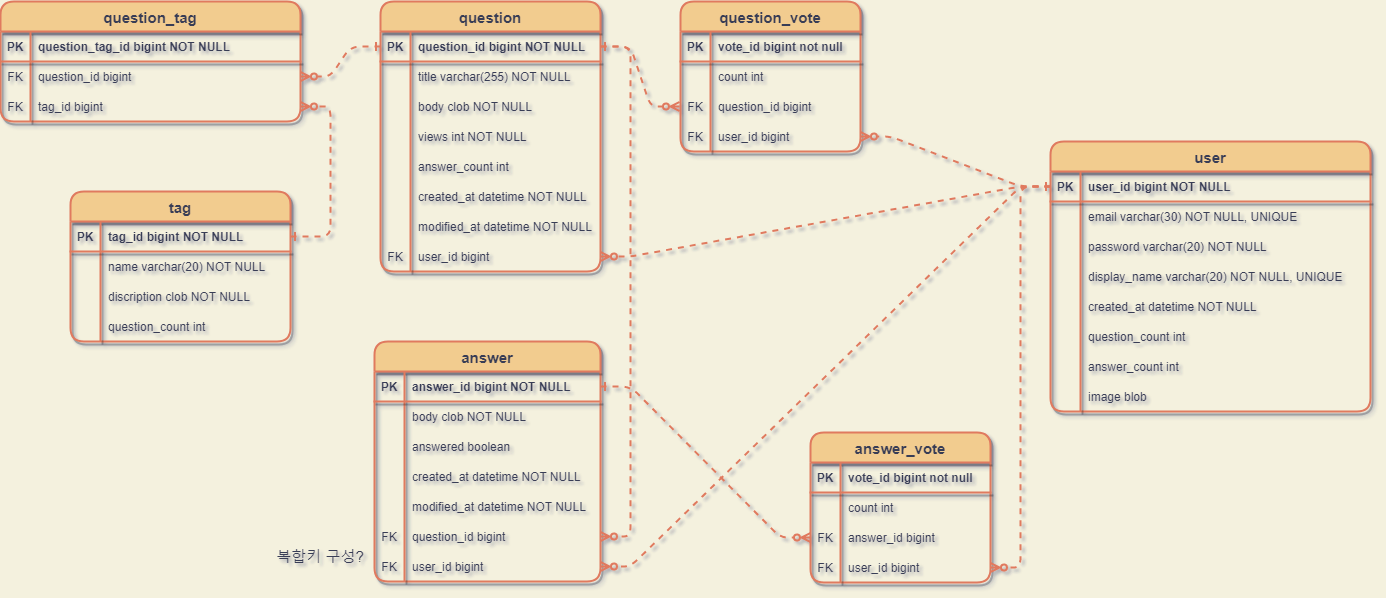
Above: server/StackOverflow_ERD.png in codestates-seb/seb40_pre_003 (draw.io), before the change. Source tidied: cells renumbered, new cells last; positions are measured from the earlier drawing's top-left corner, leaving out a move shared by most shapes.
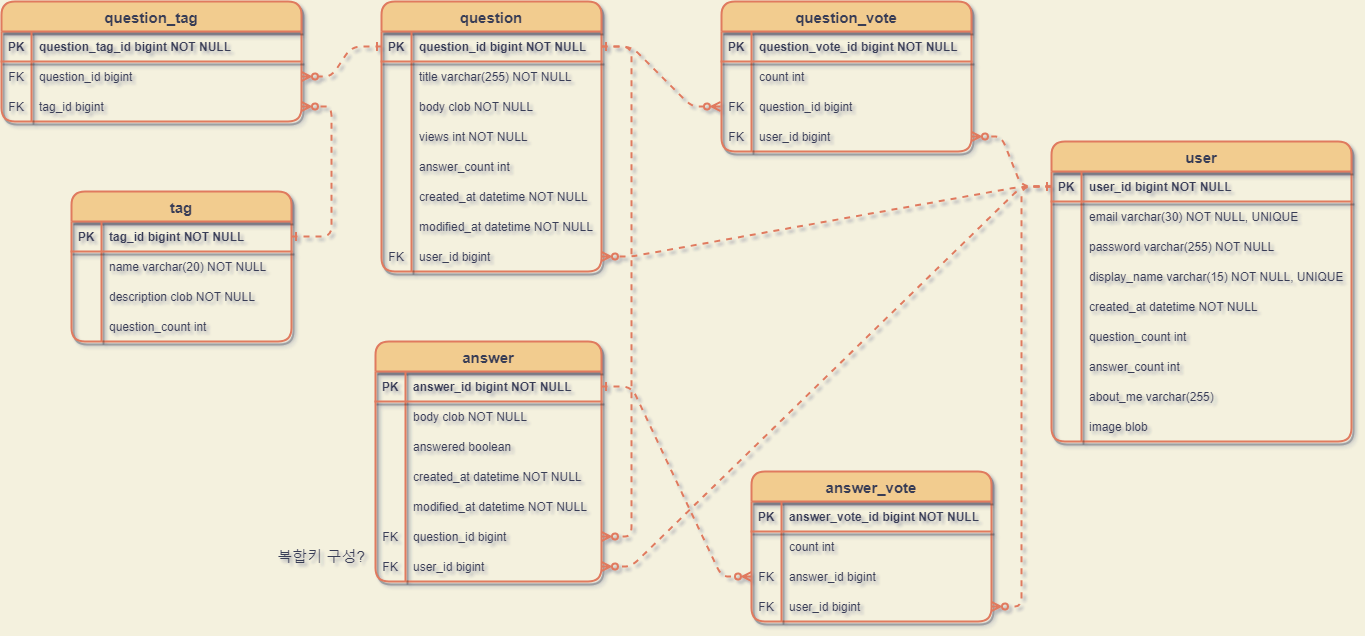
Later version of the same file.

Commit message:
docs: ERD v1.1 오타 수정, about_me 컬럼 추가, password 길이 수정

The edit, as a diff of the source:
```diff
@@ -80,6 +80,6 @@
     <mxCell id="27" value="question_vote" style="shape=table;startSize=30;rowLines=0;fontStyle=1;align=center;fillColor=#F2CC8F;strokeColor=#E07A5F;strokeWidth=2;swimlaneFillColor=none;fontColor=#393C56;rounded=1;shadow=1;fontSize=15;labelBackgroundColor=none;labelBorderColor=none;" parent="1" vertex="1">
-      <mxGeometry x="680" width="180" height="150" as="geometry" />
+      <mxGeometry x="720" width="250" height="150" as="geometry" />
     </mxCell>
     <mxCell id="28" style="shape=tableRow;horizontal=0;startSize=0;swimlaneHead=0;swimlaneBody=0;fillColor=none;top=0;left=0;right=0;bottom=1;strokeColor=#E07A5F;strokeWidth=2;swimlaneFillColor=none;fontStyle=0;fontColor=#393C56;rounded=1;shadow=1;" parent="27" vertex="1">
-      <mxGeometry y="30" width="180" height="30" as="geometry" />
+      <mxGeometry y="30" width="250" height="30" as="geometry" />
     </mxCell>
@@ -88,7 +88,7 @@
     </mxCell>
-    <mxCell id="30" value="vote_id bigint not null" style="shape=partialRectangle;fillColor=none;top=0;left=0;bottom=0;right=0;align=left;spacingLeft=6;fontStyle=1;overflow=hidden;strokeColor=#E07A5F;strokeWidth=2;swimlaneFillColor=none;fontColor=#393C56;rounded=1;shadow=1;" parent="28" vertex="1">
-      <mxGeometry x="30" width="150" height="30" as="geometry" />
+    <mxCell id="30" value="question_vote_id bigint NOT NULL" style="shape=partialRectangle;fillColor=none;top=0;left=0;bottom=0;right=0;align=left;spacingLeft=6;fontStyle=1;overflow=hidden;strokeColor=#E07A5F;strokeWidth=2;swimlaneFillColor=none;fontColor=#393C56;rounded=1;shadow=1;" parent="28" vertex="1">
+      <mxGeometry x="30" width="220" height="30" as="geometry" />
     </mxCell>
     <mxCell id="31" style="shape=tableRow;horizontal=0;startSize=0;swimlaneHead=0;swimlaneBody=0;fillColor=none;top=0;left=0;right=0;bottom=0;strokeColor=#E07A5F;strokeWidth=2;swimlaneFillColor=none;fontStyle=0;fontColor=#393C56;rounded=1;shadow=1;" parent="27" vertex="1">
-      <mxGeometry y="60" width="180" height="30" as="geometry" />
+      <mxGeometry y="60" width="250" height="30" as="geometry" />
     </mxCell>
@@ -98,6 +98,6 @@
     <mxCell id="33" value="count int" style="shape=partialRectangle;fillColor=none;top=0;left=0;bottom=0;right=0;align=left;spacingLeft=6;overflow=hidden;strokeColor=#E07A5F;strokeWidth=2;swimlaneFillColor=none;fontStyle=0;fontColor=#393C56;rounded=1;shadow=1;" parent="31" vertex="1">
-      <mxGeometry x="30" width="150" height="30" as="geometry" />
+      <mxGeometry x="30" width="220" height="30" as="geometry" />
     </mxCell>
     <mxCell id="34" style="shape=tableRow;horizontal=0;startSize=0;swimlaneHead=0;swimlaneBody=0;fillColor=none;points=[[0,0.5],[1,0.5]];portConstraint=eastwest;top=0;left=0;right=0;bottom=0;strokeColor=#E07A5F;strokeWidth=2;swimlaneFillColor=none;fontStyle=0;fontColor=#393C56;rounded=1;shadow=1;" parent="27" vertex="1">
-      <mxGeometry y="90" width="180" height="30" as="geometry" />
+      <mxGeometry y="90" width="250" height="30" as="geometry" />
     </mxCell>
@@ -107,6 +107,6 @@
     <mxCell id="36" value="question_id bigint" style="shape=partialRectangle;fillColor=none;top=0;left=0;bottom=0;right=0;align=left;spacingLeft=6;overflow=hidden;strokeColor=#E07A5F;strokeWidth=2;swimlaneFillColor=none;fontStyle=0;fontColor=#393C56;rounded=1;shadow=1;" parent="34" vertex="1">
-      <mxGeometry x="30" width="150" height="30" as="geometry" />
+      <mxGeometry x="30" width="220" height="30" as="geometry" />
     </mxCell>
     <mxCell id="37" style="shape=tableRow;horizontal=0;startSize=0;swimlaneHead=0;swimlaneBody=0;fillColor=none;points=[[0,0.5],[1,0.5]];portConstraint=eastwest;top=0;left=0;right=0;bottom=0;strokeColor=#E07A5F;strokeWidth=2;swimlaneFillColor=none;fontStyle=0;fontColor=#393C56;rounded=1;shadow=1;" parent="27" vertex="1">
-      <mxGeometry y="120" width="180" height="30" as="geometry" />
+      <mxGeometry y="120" width="250" height="30" as="geometry" />
     </mxCell>
@@ -116,3 +116,3 @@
     <mxCell id="39" value="user_id bigint" style="shape=partialRectangle;fillColor=none;top=0;left=0;bottom=0;right=0;align=left;spacingLeft=6;overflow=hidden;strokeColor=#E07A5F;strokeWidth=2;swimlaneFillColor=none;fontStyle=0;fontColor=#393C56;rounded=1;shadow=1;" parent="37" vertex="1">
-      <mxGeometry x="30" width="150" height="30" as="geometry" />
+      <mxGeometry x="30" width="220" height="30" as="geometry" />
     </mxCell>
@@ -185,6 +185,6 @@
     <mxCell id="62" value="user" style="shape=table;startSize=30;rowLines=0;fontStyle=1;align=center;strokeWidth=2;swimlaneFillColor=none;rounded=1;shadow=1;perimeterSpacing=0;swimlaneLine=1;fillColor=#F2CC8F;strokeColor=#E07A5F;fontColor=#393C56;fontSize=15;labelBackgroundColor=none;labelBorderColor=none;horizontal=1;verticalAlign=middle;" parent="1" vertex="1">
-      <mxGeometry x="1050" y="140" width="320" height="270" as="geometry" />
+      <mxGeometry x="1050" y="140" width="300" height="300" as="geometry" />
     </mxCell>
     <mxCell id="63" style="shape=tableRow;horizontal=0;startSize=0;swimlaneHead=0;swimlaneBody=0;fillColor=none;points=[[0,0.5],[1,0.5]];portConstraint=eastwest;top=0;left=0;right=0;bottom=1;strokeColor=#E07A5F;strokeWidth=2;swimlaneFillColor=none;fontStyle=0;fontColor=#393C56;rounded=1;shadow=1;" parent="62" vertex="1">
-      <mxGeometry y="30" width="320" height="30" as="geometry" />
+      <mxGeometry y="30" width="300" height="30" as="geometry" />
     </mxCell>
@@ -194,6 +194,6 @@
     <mxCell id="65" value="user_id bigint NOT NULL" style="shape=partialRectangle;fillColor=none;top=0;left=0;bottom=0;right=0;align=left;spacingLeft=6;fontStyle=1;overflow=hidden;strokeColor=none;strokeWidth=2;swimlaneFillColor=none;fontColor=#393C56;rounded=1;shadow=1;" parent="63" vertex="1">
-      <mxGeometry x="30" width="290" height="30" as="geometry" />
+      <mxGeometry x="30" width="270" height="30" as="geometry" />
     </mxCell>
     <mxCell id="66" style="shape=tableRow;horizontal=0;startSize=0;swimlaneHead=0;swimlaneBody=0;fillColor=none;top=0;left=0;right=0;bottom=0;strokeColor=#E07A5F;strokeWidth=2;swimlaneFillColor=none;fontStyle=0;fontColor=#393C56;rounded=1;shadow=1;" parent="62" vertex="1">
-      <mxGeometry y="60" width="320" height="30" as="geometry" />
+      <mxGeometry y="60" width="300" height="30" as="geometry" />
     </mxCell>
@@ -203,6 +203,6 @@
     <mxCell id="68" value="email varchar(30) NOT NULL, UNIQUE" style="shape=partialRectangle;fillColor=none;top=0;left=0;bottom=0;right=0;align=left;spacingLeft=6;overflow=hidden;strokeColor=none;strokeWidth=2;swimlaneFillColor=none;fontStyle=0;fontColor=#393C56;rounded=1;shadow=1;" parent="66" vertex="1">
-      <mxGeometry x="30" width="290" height="30" as="geometry" />
+      <mxGeometry x="30" width="270" height="30" as="geometry" />
     </mxCell>
     <mxCell id="69" style="shape=tableRow;horizontal=0;startSize=0;swimlaneHead=0;swimlaneBody=0;fillColor=none;top=0;left=0;right=0;bottom=0;strokeColor=#E07A5F;strokeWidth=2;swimlaneFillColor=none;fontStyle=0;fontColor=#393C56;rounded=1;shadow=1;" parent="62" vertex="1">
-      <mxGeometry y="90" width="320" height="30" as="geometry" />
+      <mxGeometry y="90" width="300" height="30" as="geometry" />
     </mxCell>
@@ -211,7 +211,7 @@
     </mxCell>
-    <mxCell id="71" value="password varchar(20) NOT NULL" style="shape=partialRectangle;fillColor=none;top=0;left=0;bottom=0;right=0;align=left;spacingLeft=6;overflow=hidden;strokeColor=#E07A5F;strokeWidth=2;swimlaneFillColor=none;fontStyle=0;fontColor=#393C56;rounded=1;shadow=1;" parent="69" vertex="1">
-      <mxGeometry x="30" width="290" height="30" as="geometry" />
+    <mxCell id="71" value="password varchar(255) NOT NULL" style="shape=partialRectangle;fillColor=none;top=0;left=0;bottom=0;right=0;align=left;spacingLeft=6;overflow=hidden;strokeColor=#E07A5F;strokeWidth=2;swimlaneFillColor=none;fontStyle=0;fontColor=#393C56;rounded=1;shadow=1;" parent="69" vertex="1">
+      <mxGeometry x="30" width="270" height="30" as="geometry" />
     </mxCell>
     <mxCell id="72" style="shape=tableRow;horizontal=0;startSize=0;swimlaneHead=0;swimlaneBody=0;fillColor=none;top=0;left=0;right=0;bottom=0;strokeColor=#E07A5F;strokeWidth=2;swimlaneFillColor=none;fontStyle=0;fontColor=#393C56;rounded=1;shadow=1;" parent="62" vertex="1">
-      <mxGeometry y="120" width="320" height="30" as="geometry" />
+      <mxGeometry y="120" width="300" height="30" as="geometry" />
     </mxCell>
@@ -220,7 +220,7 @@
     </mxCell>
-    <mxCell id="74" value="display_name varchar(20) NOT NULL, UNIQUE" style="shape=partialRectangle;fillColor=none;top=0;left=0;bottom=0;right=0;align=left;spacingLeft=6;overflow=hidden;strokeColor=#E07A5F;strokeWidth=2;swimlaneFillColor=none;fontStyle=0;fontColor=#393C56;rounded=1;shadow=1;" parent="72" vertex="1">
-      <mxGeometry x="30" width="290" height="30" as="geometry" />
+    <mxCell id="74" value="display_name varchar(15) NOT NULL, UNIQUE" style="shape=partialRectangle;fillColor=none;top=0;left=0;bottom=0;right=0;align=left;spacingLeft=6;overflow=hidden;strokeColor=#E07A5F;strokeWidth=2;swimlaneFillColor=none;fontStyle=0;fontColor=#393C56;rounded=1;shadow=1;" parent="72" vertex="1">
+      <mxGeometry x="30" width="270" height="30" as="geometry" />
     </mxCell>
     <mxCell id="75" style="shape=tableRow;horizontal=0;startSize=0;swimlaneHead=0;swimlaneBody=0;fillColor=none;top=0;left=0;right=0;bottom=0;strokeColor=#E07A5F;strokeWidth=2;swimlaneFillColor=none;fontStyle=0;fontColor=#393C56;rounded=1;shadow=1;" parent="62" vertex="1">
-      <mxGeometry y="150" width="320" height="30" as="geometry" />
+      <mxGeometry y="150" width="300" height="30" as="geometry" />
     </mxCell>
@@ -230,6 +230,6 @@
     <mxCell id="77" value="created_at datetime NOT NULL" style="shape=partialRectangle;fillColor=none;top=0;left=0;bottom=0;right=0;align=left;spacingLeft=6;overflow=hidden;strokeColor=#E07A5F;strokeWidth=2;swimlaneFillColor=none;fontStyle=0;fontColor=#393C56;rounded=1;shadow=1;" parent="75" vertex="1">
-      <mxGeometry x="30" width="290" height="30" as="geometry" />
+      <mxGeometry x="30" width="270" height="30" as="geometry" />
     </mxCell>
     <mxCell id="78" style="shape=tableRow;horizontal=0;startSize=0;swimlaneHead=0;swimlaneBody=0;fillColor=none;top=0;left=0;right=0;bottom=0;strokeColor=#E07A5F;strokeWidth=2;swimlaneFillColor=none;fontStyle=0;fontColor=#393C56;rounded=1;shadow=1;" parent="62" vertex="1">
-      <mxGeometry y="180" width="320" height="30" as="geometry" />
+      <mxGeometry y="180" width="300" height="30" as="geometry" />
     </mxCell>
@@ -239,6 +239,6 @@
     <mxCell id="80" value="question_count int" style="shape=partialRectangle;fillColor=none;top=0;left=0;bottom=0;right=0;align=left;spacingLeft=6;overflow=hidden;strokeColor=#E07A5F;strokeWidth=2;swimlaneFillColor=none;fontStyle=0;fontColor=#393C56;rounded=1;shadow=1;" parent="78" vertex="1">
-      <mxGeometry x="30" width="290" height="30" as="geometry" />
+      <mxGeometry x="30" width="270" height="30" as="geometry" />
     </mxCell>
     <mxCell id="81" style="shape=tableRow;horizontal=0;startSize=0;swimlaneHead=0;swimlaneBody=0;fillColor=none;top=0;left=0;right=0;bottom=0;strokeColor=#E07A5F;strokeWidth=2;swimlaneFillColor=none;fontStyle=0;fontColor=#393C56;rounded=1;shadow=1;" parent="62" vertex="1">
-      <mxGeometry y="210" width="320" height="30" as="geometry" />
+      <mxGeometry y="210" width="300" height="30" as="geometry" />
     </mxCell>
@@ -248,6 +248,15 @@
     <mxCell id="83" value="answer_count int" style="shape=partialRectangle;fillColor=none;top=0;left=0;bottom=0;right=0;align=left;spacingLeft=6;overflow=hidden;strokeColor=#E07A5F;strokeWidth=2;swimlaneFillColor=none;fontStyle=0;fontColor=#393C56;fillStyle=solid;rounded=1;shadow=1;" parent="81" vertex="1">
-      <mxGeometry x="30" width="290" height="30" as="geometry" />
+      <mxGeometry x="30" width="270" height="30" as="geometry" />
     </mxCell>
+    <mxCell id="133" style="shape=tableRow;horizontal=0;startSize=0;swimlaneHead=0;swimlaneBody=0;fillColor=none;top=0;left=0;right=0;bottom=0;strokeColor=#E07A5F;strokeWidth=2;swimlaneFillColor=none;fontStyle=0;fontColor=#393C56;rounded=1;shadow=1;" parent="62" vertex="1">
+      <mxGeometry y="240" width="300" height="30" as="geometry" />
+    </mxCell>
+    <mxCell id="134" style="shape=partialRectangle;fillColor=none;top=0;left=0;bottom=0;right=0;overflow=hidden;strokeColor=#E07A5F;strokeWidth=2;swimlaneFillColor=none;fontStyle=0;fontColor=#393C56;rounded=1;shadow=1;" parent="133" vertex="1">
+      <mxGeometry width="30" height="30" as="geometry" />
+    </mxCell>
+    <mxCell id="135" value="about_me varchar(255)" style="shape=partialRectangle;fillColor=none;top=0;left=0;bottom=0;right=0;align=left;spacingLeft=6;overflow=hidden;strokeColor=#E07A5F;strokeWidth=2;swimlaneFillColor=none;fontStyle=0;fontColor=#393C56;fillStyle=solid;rounded=1;shadow=1;" parent="133" vertex="1">
+      <mxGeometry x="30" width="270" height="30" as="geometry" />
+    </mxCell>
     <mxCell id="84" style="shape=tableRow;horizontal=0;startSize=0;swimlaneHead=0;swimlaneBody=0;fillColor=none;top=0;left=0;right=0;bottom=0;strokeColor=#E07A5F;strokeWidth=2;swimlaneFillColor=none;fontStyle=0;fontColor=#393C56;rounded=1;shadow=1;" parent="62" vertex="1">
-      <mxGeometry y="240" width="320" height="30" as="geometry" />
+      <mxGeometry y="270" width="300" height="30" as="geometry" />
     </mxCell>
@@ -257,3 +266,3 @@
     <mxCell id="86" value="image blob" style="shape=partialRectangle;fillColor=none;top=0;left=0;bottom=0;right=0;align=left;spacingLeft=6;overflow=hidden;strokeColor=#E07A5F;strokeWidth=2;swimlaneFillColor=none;fontStyle=0;fontColor=#393C56;rounded=1;shadow=1;" parent="84" vertex="1">
-      <mxGeometry x="30" width="290" height="30" as="geometry" />
+      <mxGeometry x="30" width="270" height="30" as="geometry" />
     </mxCell>
@@ -286,3 +295,3 @@
     </mxCell>
-    <mxCell id="96" value="discription clob NOT NULL" style="shape=partialRectangle;fillColor=none;top=0;left=0;bottom=0;right=0;align=left;spacingLeft=6;overflow=hidden;strokeColor=#E07A5F;strokeWidth=2;swimlaneFillColor=none;fontStyle=0;fontColor=#393C56;rounded=1;shadow=1;" parent="94" vertex="1">
+    <mxCell id="96" value="description clob NOT NULL" style="shape=partialRectangle;fillColor=none;top=0;left=0;bottom=0;right=0;align=left;spacingLeft=6;overflow=hidden;strokeColor=#E07A5F;strokeWidth=2;swimlaneFillColor=none;fontStyle=0;fontColor=#393C56;rounded=1;shadow=1;" parent="94" vertex="1">
       <mxGeometry x="30" width="190" height="30" as="geometry" />
@@ -350,6 +359,6 @@
     <mxCell id="117" value="answer_vote" style="shape=table;startSize=30;rowLines=0;fontStyle=1;align=center;fillColor=#F2CC8F;strokeColor=#E07A5F;strokeWidth=2;swimlaneFillColor=none;fontColor=#393C56;rounded=1;shadow=1;fontSize=15;labelBackgroundColor=none;labelBorderColor=none;" parent="1" vertex="1">
-      <mxGeometry x="810" y="431" width="180" height="150" as="geometry" />
+      <mxGeometry x="750" y="470" width="240" height="150" as="geometry" />
     </mxCell>
     <mxCell id="118" style="shape=tableRow;horizontal=0;startSize=0;swimlaneHead=0;swimlaneBody=0;fillColor=none;top=0;left=0;right=0;bottom=1;strokeColor=#E07A5F;strokeWidth=2;swimlaneFillColor=none;fontStyle=0;fontColor=#393C56;rounded=1;shadow=1;" parent="117" vertex="1">
-      <mxGeometry y="30" width="180" height="30" as="geometry" />
+      <mxGeometry y="30" width="240" height="30" as="geometry" />
     </mxCell>
@@ -358,7 +367,7 @@
     </mxCell>
-    <mxCell id="120" value="vote_id bigint not null" style="shape=partialRectangle;fillColor=none;top=0;left=0;bottom=0;right=0;align=left;spacingLeft=6;fontStyle=1;overflow=hidden;strokeColor=#E07A5F;strokeWidth=2;swimlaneFillColor=none;fontColor=#393C56;rounded=1;shadow=1;" parent="118" vertex="1">
-      <mxGeometry x="30" width="150" height="30" as="geometry" />
+    <mxCell id="120" value="answer_vote_id bigint NOT NULL" style="shape=partialRectangle;fillColor=none;top=0;left=0;bottom=0;right=0;align=left;spacingLeft=6;fontStyle=1;overflow=hidden;strokeColor=#E07A5F;strokeWidth=2;swimlaneFillColor=none;fontColor=#393C56;rounded=1;shadow=1;" parent="118" vertex="1">
+      <mxGeometry x="30" width="210" height="30" as="geometry" />
     </mxCell>
     <mxCell id="121" style="shape=tableRow;horizontal=0;startSize=0;swimlaneHead=0;swimlaneBody=0;fillColor=none;top=0;left=0;right=0;bottom=0;strokeColor=#E07A5F;strokeWidth=2;swimlaneFillColor=none;fontStyle=0;fontColor=#393C56;rounded=1;shadow=1;" parent="117" vertex="1">
-      <mxGeometry y="60" width="180" height="30" as="geometry" />
+      <mxGeometry y="60" width="240" height="30" as="geometry" />
     </mxCell>
@@ -368,6 +377,6 @@
     <mxCell id="123" value="count int" style="shape=partialRectangle;fillColor=none;top=0;left=0;bottom=0;right=0;align=left;spacingLeft=6;overflow=hidden;strokeColor=#E07A5F;strokeWidth=2;swimlaneFillColor=none;fontStyle=0;fontColor=#393C56;rounded=1;shadow=1;" parent="121" vertex="1">
-      <mxGeometry x="30" width="150" height="30" as="geometry" />
+      <mxGeometry x="30" width="210" height="30" as="geometry" />
     </mxCell>
     <mxCell id="124" style="shape=tableRow;horizontal=0;startSize=0;swimlaneHead=0;swimlaneBody=0;fillColor=none;points=[[0,0.5],[1,0.5]];portConstraint=eastwest;top=0;left=0;right=0;bottom=0;strokeColor=#E07A5F;strokeWidth=2;swimlaneFillColor=none;fontStyle=0;fontColor=#393C56;rounded=1;shadow=1;" parent="117" vertex="1">
-      <mxGeometry y="90" width="180" height="30" as="geometry" />
+      <mxGeometry y="90" width="240" height="30" as="geometry" />
     </mxCell>
@@ -377,6 +386,6 @@
     <mxCell id="126" value="answer_id bigint" style="shape=partialRectangle;fillColor=none;top=0;left=0;bottom=0;right=0;align=left;spacingLeft=6;overflow=hidden;strokeColor=#E07A5F;strokeWidth=2;swimlaneFillColor=none;fontStyle=0;fontColor=#393C56;rounded=1;shadow=1;" parent="124" vertex="1">
-      <mxGeometry x="30" width="150" height="30" as="geometry" />
+      <mxGeometry x="30" width="210" height="30" as="geometry" />
     </mxCell>
     <mxCell id="127" style="shape=tableRow;horizontal=0;startSize=0;swimlaneHead=0;swimlaneBody=0;fillColor=none;points=[[0,0.5],[1,0.5]];portConstraint=eastwest;top=0;left=0;right=0;bottom=0;strokeColor=#E07A5F;strokeWidth=2;swimlaneFillColor=none;fontStyle=0;fontColor=#393C56;rounded=1;shadow=1;" parent="117" vertex="1">
-      <mxGeometry y="120" width="180" height="30" as="geometry" />
+      <mxGeometry y="120" width="240" height="30" as="geometry" />
     </mxCell>
@@ -386,3 +395,3 @@
     <mxCell id="129" value="user_id bigint" style="shape=partialRectangle;fillColor=none;top=0;left=0;bottom=0;right=0;align=left;spacingLeft=6;overflow=hidden;strokeColor=#E07A5F;strokeWidth=2;swimlaneFillColor=none;fontStyle=0;fontColor=#393C56;rounded=1;shadow=1;" parent="127" vertex="1">
-      <mxGeometry x="30" width="150" height="30" as="geometry" />
+      <mxGeometry x="30" width="210" height="30" as="geometry" />
     </mxCell>
```
